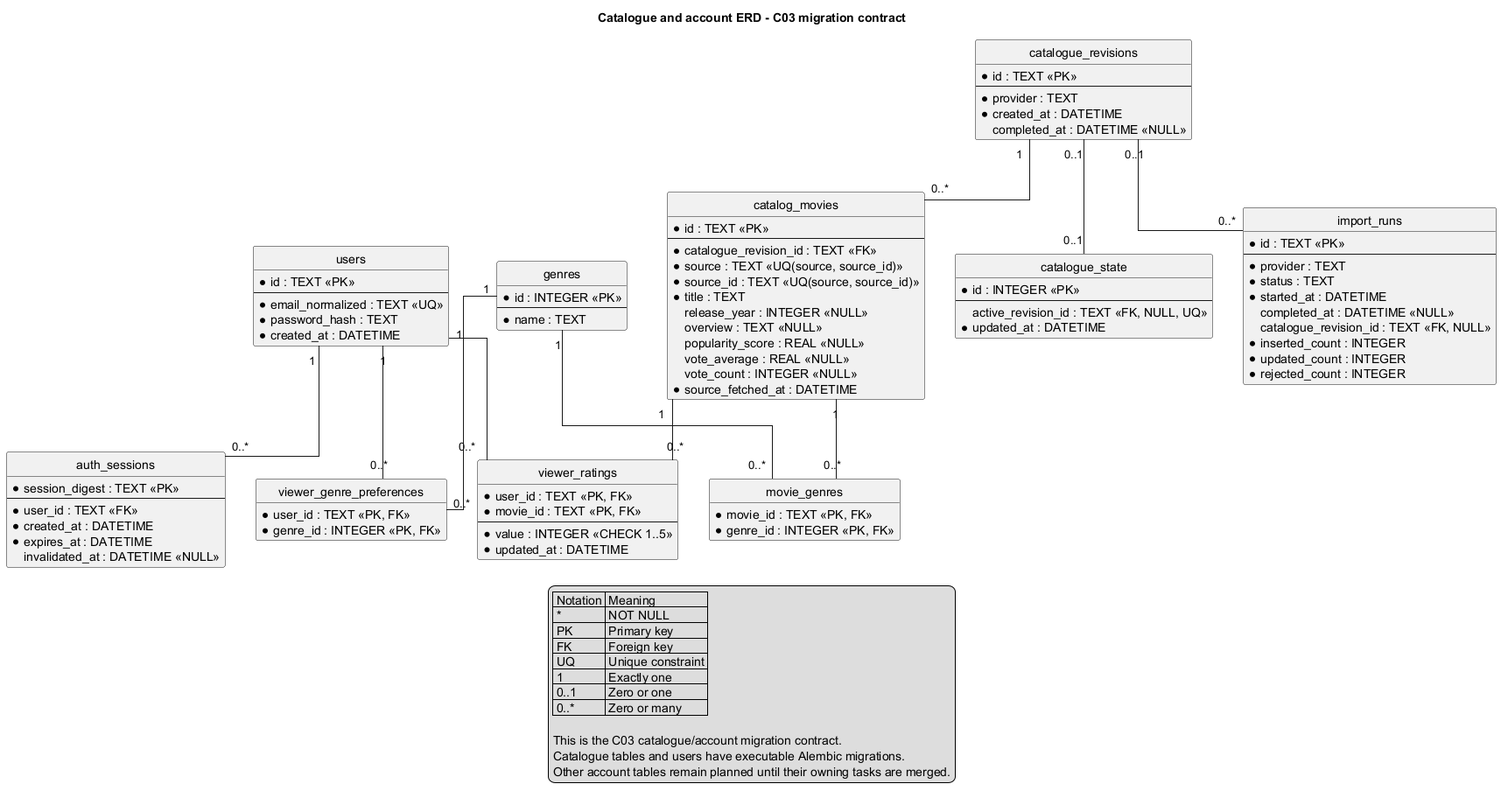
Above: docs/images/erd.png in SE-FDA-NEU/ai66a_group3_C1_SE (PlantUML), before the change.
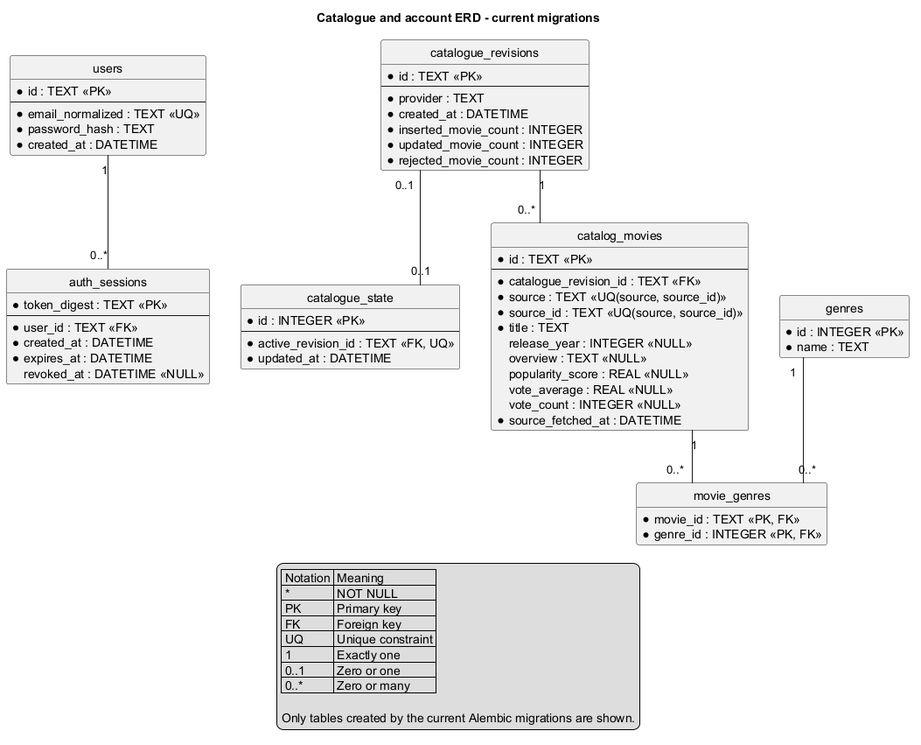
The same file after the commit.

Commit message:
docs: update ERD image to reflect recent database changes

Change to the diagram source:
```diff
@@ -1,5 +1,5 @@
 @startuml
-title Catalogue and account ERD - C03 migration contract
+title Catalogue and account ERD - current migrations
 
 hide circle
 hide methods
@@ -20,12 +20,12 @@
 }
 
 entity "auth_sessions" as auth_sessions {
-  * session_digest : TEXT <<PK>>
+  * token_digest : TEXT <<PK>>
   --
   * user_id : TEXT <<FK>>
   * created_at : DATETIME
   * expires_at : DATETIME
-  invalidated_at : DATETIME <<NULL>>
+  revoked_at : DATETIME <<NULL>>
 }
 
 entity "catalogue_revisions" as rev {
@@ -33,13 +33,15 @@
   --
   * provider : TEXT
   * created_at : DATETIME
-  completed_at : DATETIME <<NULL>>
+  * inserted_movie_count : INTEGER
+  * updated_movie_count : INTEGER
+  * rejected_movie_count : INTEGER
 }
 
 entity "catalogue_state" as active_state {
   * id : INTEGER <<PK>>
   --
-  active_revision_id : TEXT <<FK, NULL, UQ>>
+  * active_revision_id : TEXT <<FK, UQ>>
   * updated_at : DATETIME
 }
 
@@ -60,7 +62,6 @@
 
 entity "genres" as genres {
   * id : INTEGER <<PK>>
-  --
   * name : TEXT
 }
 
@@ -69,42 +70,11 @@
   * genre_id : INTEGER <<PK, FK>>
 }
 
-entity "viewer_genre_preferences" as viewer_genre_preferences {
-  * user_id : TEXT <<PK, FK>>
-  * genre_id : INTEGER <<PK, FK>>
-}
-
-entity "viewer_ratings" as viewer_ratings {
-  * user_id : TEXT <<PK, FK>>
-  * movie_id : TEXT <<PK, FK>>
-  --
-  * value : INTEGER <<CHECK 1..5>>
-  * updated_at : DATETIME
-}
-
-entity "import_runs" as imports {
-  * id : TEXT <<PK>>
-  --
-  * provider : TEXT
-  * status : TEXT
-  * started_at : DATETIME
-  completed_at : DATETIME <<NULL>>
-  catalogue_revision_id : TEXT <<FK, NULL>>
-  * inserted_count : INTEGER
-  * updated_count : INTEGER
-  * rejected_count : INTEGER
-}
-
 users "1" -- "0..*" auth_sessions
-users "1" -- "0..*" viewer_genre_preferences
-users "1" -- "0..*" viewer_ratings
-genres "1" -- "0..*" viewer_genre_preferences
 rev "1" -- "0..*" movie_rows
 rev "0..1" -- "0..1" active_state
-rev "0..1" -- "0..*" imports
 movie_rows "1" -- "0..*" movie_genre_links
 genres "1" -- "0..*" movie_genre_links
-movie_rows "1" -- "0..*" viewer_ratings
 
 legend bottom
   | Notation | Meaning |
@@ -116,8 +86,6 @@
   | 0..1 | Zero or one |
   | 0..* | Zero or many |
 
-  This is the C03 catalogue/account migration contract.
-  Catalogue tables and users have executable Alembic migrations.
-  Other account tables remain planned until their owning tasks are merged.
+  Only tables created by the current Alembic migrations are shown.
 endlegend
 @enduml
```
